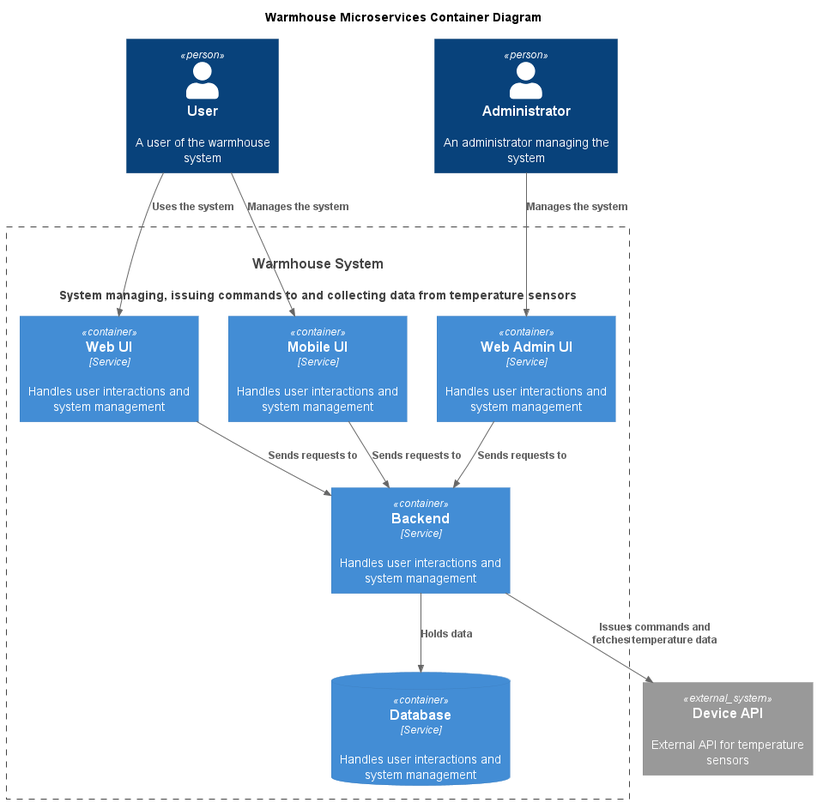
The PlantUML diagram schemas/png/MicroservicesContainer/Microservices.png in El-76/architect-warmhouse, before a commit. Its diagram source:
```plantuml
@startuml Microservices

title Warmhouse Microservices Container Diagram

!include https://raw.githubusercontent.com/plantuml-stdlib/C4-PlantUML/master/C4_Component.puml

Person(User, "User", "A user of the warmhouse system")
Person(Admin, "Administrator", "An administrator managing the system")
System(WarmhouseSystem, "Warmhouse System", "System managing, issuing commands to and collecting data from temperature sensors")

System_Boundary(WarmhouseSystem, "Warmhouse System", "System managing, issuing commands to and collecting data from temperature sensors") {
    Container(WebUI, "Web UI", "Service", "Handles user interactions and system management")
    Container(MobileUI, "Mobile UI", "Service", "Handles user interactions and system management")
    Container(WebAdminUI, "Web Admin UI", "Service", "Handles user interactions and system management")
    Container(Backend, "Backend", "Service", "Handles user interactions and system management")
    ContainerDb(Database, "Database", "Service", "Handles user interactions and system management")
}

System_Ext(DeviceAPI, "Device API", "External API for temperature sensors")

Rel(User, WebUI, "Uses the system")
Rel(User, MobileUI, "Manages the system")
Rel(Admin, WebAdminUI, "Manages the system")
Rel(WebUI, Backend, "Sends requests to")
Rel(MobileUI, Backend, "Sends requests to")
Rel(WebAdminUI, Backend, "Sends requests to")
Rel(Backend, Database, "Holds data")
Rel(Backend, DeviceAPI, "Issues commands and fetches temperature data")

@enduml
```
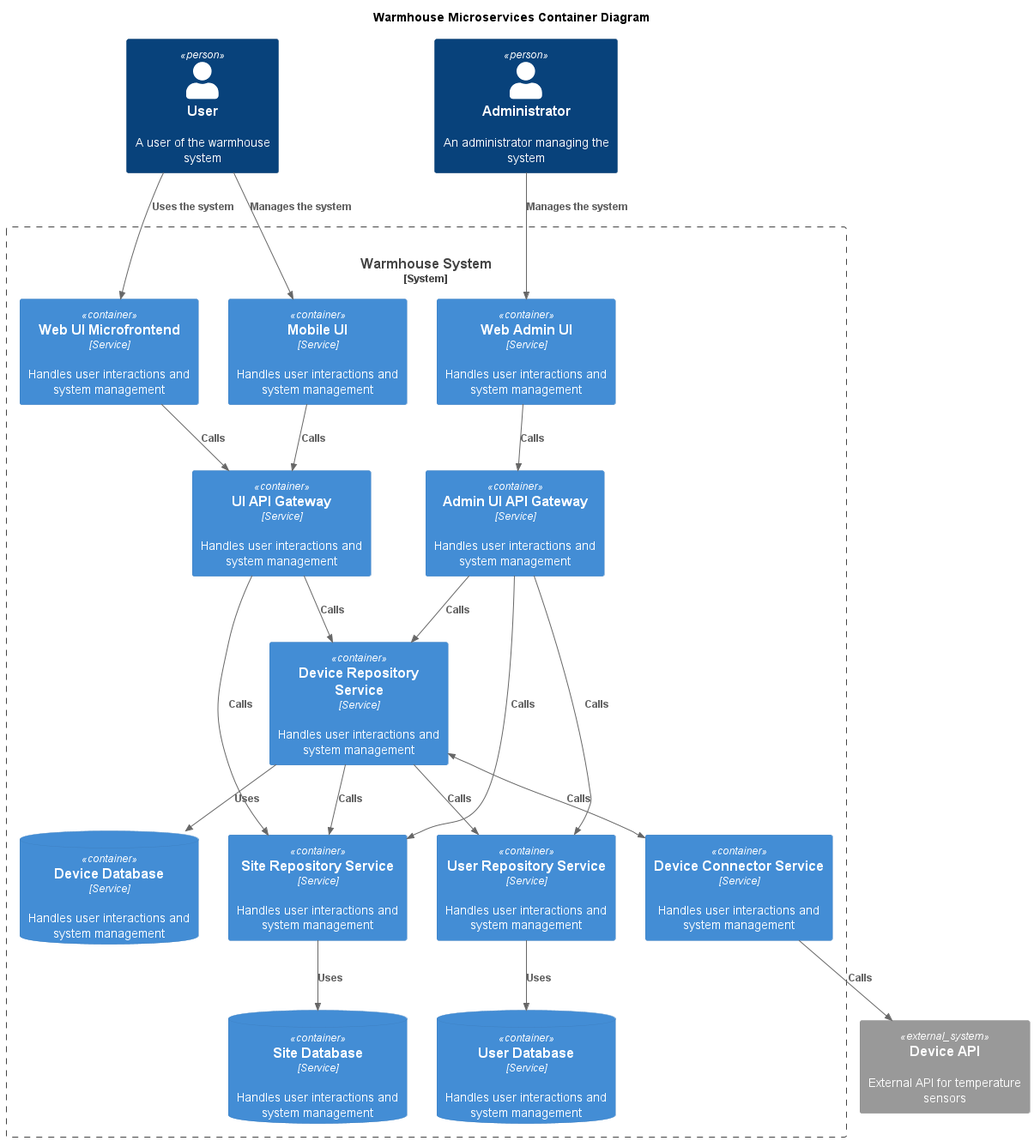
The same diagram one commit later.

Change to the diagram source:
```diff
@@ -2,18 +2,24 @@
 
 title Warmhouse Microservices Container Diagram
 
-!include https://raw.githubusercontent.com/plantuml-stdlib/C4-PlantUML/master/C4_Component.puml
+!include <C4/C4_Component>
 
 Person(User, "User", "A user of the warmhouse system")
 Person(Admin, "Administrator", "An administrator managing the system")
-System(WarmhouseSystem, "Warmhouse System", "System managing, issuing commands to and collecting data from temperature sensors")
 
 System_Boundary(WarmhouseSystem, "Warmhouse System", "System managing, issuing commands to and collecting data from temperature sensors") {
-    Container(WebUI, "Web UI", "Service", "Handles user interactions and system management")
+    Container(WebUI, "Web UI Microfrontend", "Service", "Handles user interactions and system management")
     Container(MobileUI, "Mobile UI", "Service", "Handles user interactions and system management")
+    Container(UIAPIGateway, "UI API Gateway", "Service", "Handles user interactions and system management")
     Container(WebAdminUI, "Web Admin UI", "Service", "Handles user interactions and system management")
-    Container(Backend, "Backend", "Service", "Handles user interactions and system management")
-    ContainerDb(Database, "Database", "Service", "Handles user interactions and system management")
+    Container(AdminUIAPIGateway, "Admin UI API Gateway", "Service", "Handles user interactions and system management")
+    Container(DeviceRepositoryService, "Device Repository Service", "Service", "Handles user interactions and system management")
+    ContainerDb(DeviceRepositoryDatabase, "Device Database", "Service", "Handles user interactions and system management")
+    Container(DeviceConnectorService, "Device Connector Service", "Service", "Handles user interactions and system management")
+    Container(SiteRepositoryService, "Site Repository Service", "Service", "Handles user interactions and system management")
+    ContainerDb(SiteRepositoryDatabase, "Site Database", "Service", "Handles user interactions and system management")
+    Container(UserRepositoryService, "User Repository Service", "Service", "Handles user interactions and system management")
+    ContainerDb(UserRepositoryDatabase, "User Database", "Service", "Handles user interactions and system management")
 }
 
 System_Ext(DeviceAPI, "Device API", "External API for temperature sensors")
@@ -21,10 +27,22 @@
 Rel(User, WebUI, "Uses the system")
 Rel(User, MobileUI, "Manages the system")
 Rel(Admin, WebAdminUI, "Manages the system")
-Rel(WebUI, Backend, "Sends requests to")
-Rel(MobileUI, Backend, "Sends requests to")
-Rel(WebAdminUI, Backend, "Sends requests to")
-Rel(Backend, Database, "Holds data")
-Rel(Backend, DeviceAPI, "Issues commands and fetches temperature data")
+Rel(WebUI, UIAPIGateway, "Calls")
+Rel(MobileUI, UIAPIGateway, "Calls")
+Rel(UIAPIGateway, DeviceRepositoryService, "Calls")
+Rel(DeviceRepositoryService, DeviceRepositoryDatabase, "Uses")
+Rel(UIAPIGateway, SiteRepositoryService, "Calls")
+Rel(SiteRepositoryService, SiteRepositoryDatabase, "Uses")
+Rel(DeviceRepositoryService, SiteRepositoryService, "Calls")
+BiRel(DeviceRepositoryService, DeviceConnectorService, "Calls")
+Rel(DeviceRepositoryService, UserRepositoryService, "Calls")
+Rel(DeviceConnectorService, DeviceAPI, "Calls")
+Rel(UserRepositoryService, UserRepositoryDatabase, "Uses")
+Rel(WebAdminUI, AdminUIAPIGateway, "Calls")
+Rel(AdminUIAPIGateway, DeviceRepositoryService, "Calls")
+Rel(AdminUIAPIGateway, UserRepositoryService, "Calls")
+Rel(AdminUIAPIGateway, SiteRepositoryService, "Calls")
+
+
 
 @enduml
```
